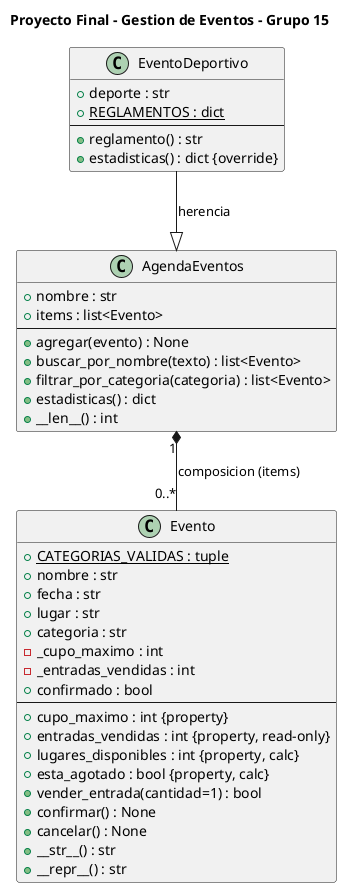
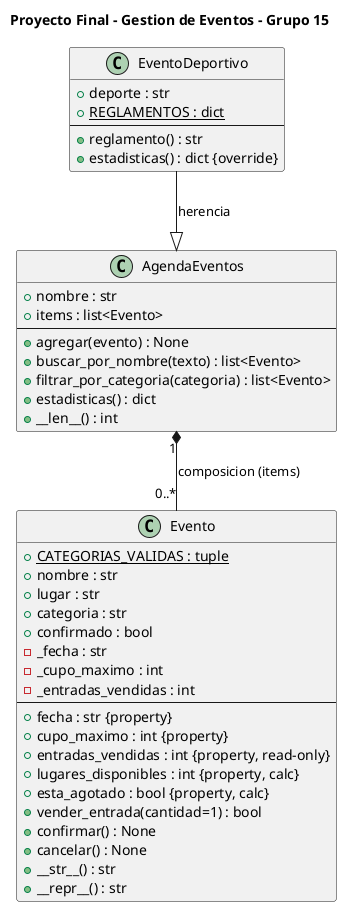
@startuml diagrama_G15
title Proyecto Final - Gestion de Eventos - Grupo 15

class Evento {
  + {static} CATEGORIAS_VALIDAS : tuple
  + nombre : str
-   + fecha : str
  + lugar : str
  + categoria : str
+   + confirmado : bool
+   - _fecha : str
  - _cupo_maximo : int
  - _entradas_vendidas : int
-   + confirmado : bool
  --
+   + fecha : str {property}
  + cupo_maximo : int {property}
  + entradas_vendidas : int {property, read-only}
  + lugares_disponibles : int {property, calc}
  + esta_agotado : bool {property, calc}
  + vender_entrada(cantidad=1) : bool
  + confirmar() : None
  + cancelar() : None
  + __str__() : str
  + __repr__() : str
}

class AgendaEventos {
  + nombre : str
  + items : list<Evento>
  --
  + agregar(evento) : None
  + buscar_por_nombre(texto) : list<Evento>
  + filtrar_por_categoria(categoria) : list<Evento>
  + estadisticas() : dict
  + __len__() : int
}

class EventoDeportivo {
  + deporte : str
  + {static} REGLAMENTOS : dict
  --
  + reglamento() : str
  + estadisticas() : dict {override}
}

EventoDeportivo --|> AgendaEventos : herencia
AgendaEventos "1" *-- "0..*" Evento : composicion (items)

@enduml
